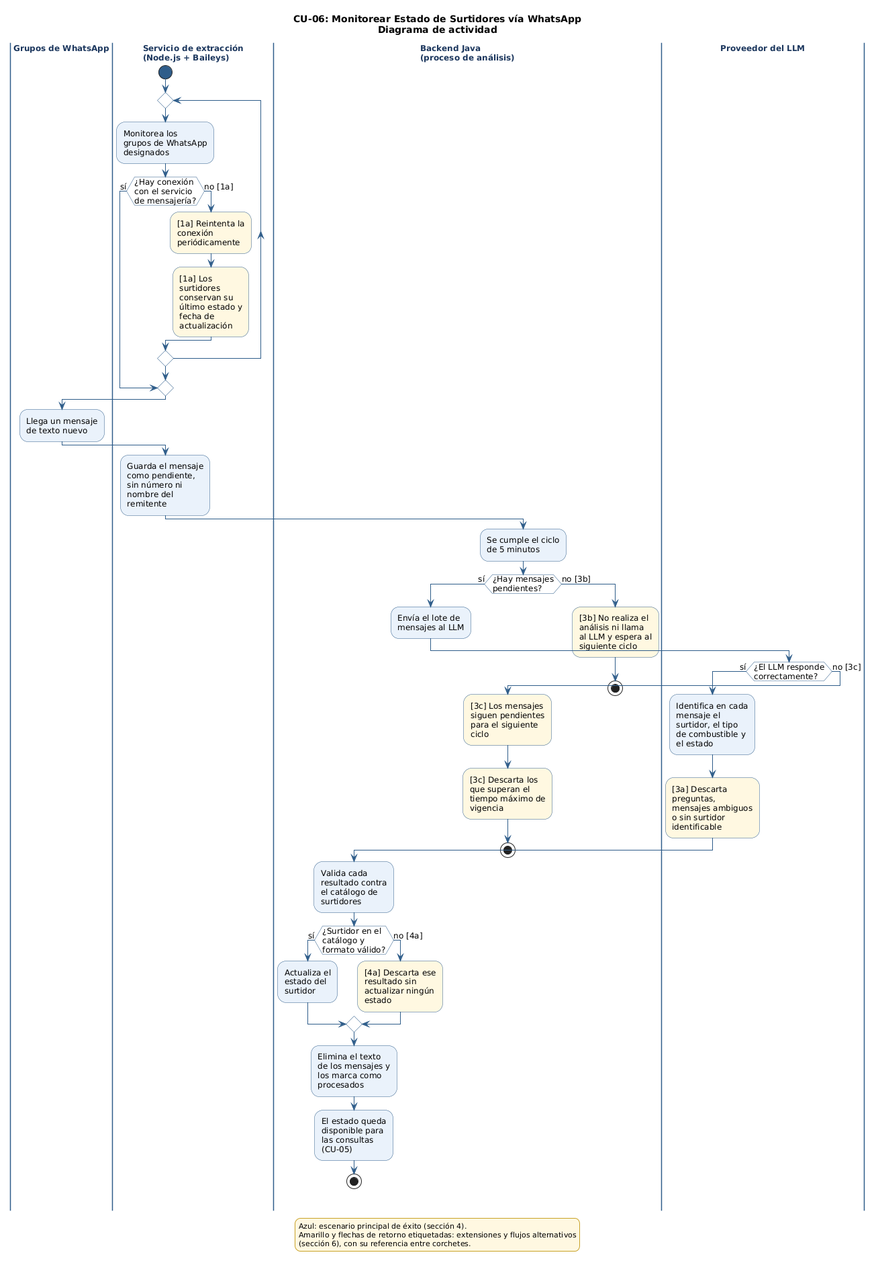
This is 03_des/01_Diagramas_de_comportamiento/CU-06_MonitorearSurtidoresWhatsApp.png from uniWASD/ChuroViajeInterno, a PlantUML export, as it was before one commit.
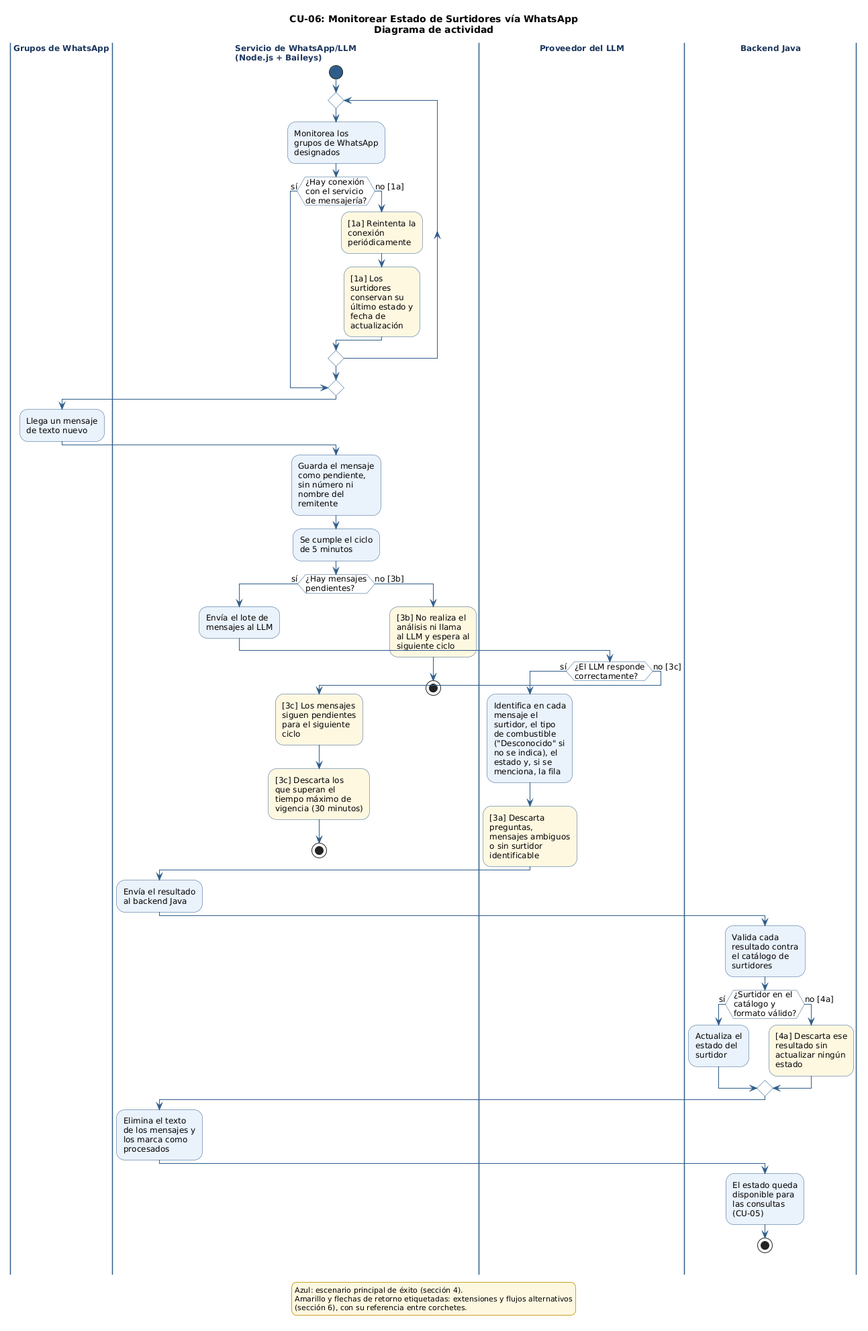
After the change.

What changed in the source:
```diff
@@ -27,7 +27,7 @@
 title CU-06: Monitorear Estado de Surtidores vía WhatsApp\nDiagrama de actividad
 
 |Grupos de WhatsApp|
-|Servicio de extracción\n(Node.js + Baileys)|
+|Servicio de WhatsApp/LLM\n(Node.js + Baileys)|
 start
 repeat
   :Monitorea los
@@ -50,13 +50,12 @@
 |Grupos de WhatsApp|
 :Llega un mensaje
 de texto nuevo;
-|Servicio de extracción\n(Node.js + Baileys)|
+|Servicio de WhatsApp/LLM\n(Node.js + Baileys)|
 :Guarda el mensaje
 como pendiente,
 sin número ni
 nombre del
 remitente;
-|Backend Java\n(proceso de análisis)|
 :Se cumple el ciclo
 de 5 minutos;
 if (¿Hay mensajes\npendientes?) then (sí)
@@ -67,14 +66,20 @@
     :Identifica en cada
 mensaje el
 surtidor, el tipo
-de combustible y
-el estado;
+de combustible
+("Desconocido" si
+no se indica), el
+estado y, si se
+menciona, la fila;
     #FFF8E1:[3a] Descarta
 preguntas,
 mensajes ambiguos
 o sin surtidor
 identificable;
-    |Backend Java\n(proceso de análisis)|
+    |Servicio de WhatsApp/LLM\n(Node.js + Baileys)|
+    :Envía el resultado
+al backend Java;
+    |Backend Java|
     :Valida cada
 resultado contra
 el catálogo de
@@ -89,17 +94,19 @@
 actualizar ningún
 estado;
     endif
+    |Servicio de WhatsApp/LLM\n(Node.js + Baileys)|
     :Elimina el texto
 de los mensajes y
 los marca como
 procesados;
+    |Backend Java|
     :El estado queda
 disponible para
 las consultas
 (CU-05);
     stop
   else (no [3c])
-    |Backend Java\n(proceso de análisis)|
+    |Servicio de WhatsApp/LLM\n(Node.js + Baileys)|
     #FFF8E1:[3c] Los mensajes
 siguen pendientes
 para el siguiente
@@ -107,7 +114,7 @@
     #FFF8E1:[3c] Descarta los
 que superan el
 tiempo máximo de
-vigencia;
+vigencia (30 minutos);
     stop
   endif
 else (no [3b])
```
